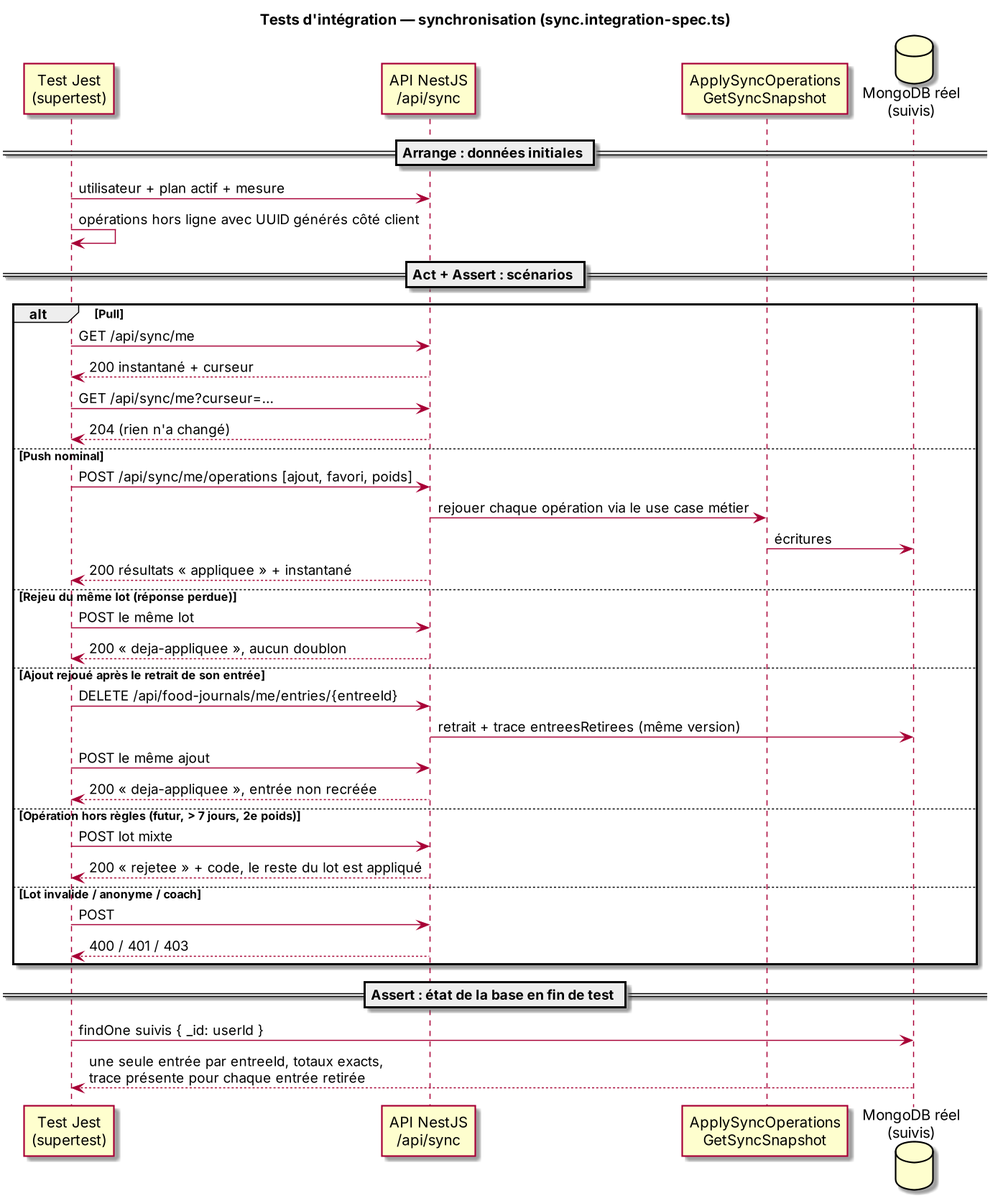
Earlier version of the PlantUML export docs/diagrammes/test-sync.png (hachwilliam89-spec/Equilibre-HACH-Kim). Its source is kept beside it as docs/diagrammes/test-sync.puml.
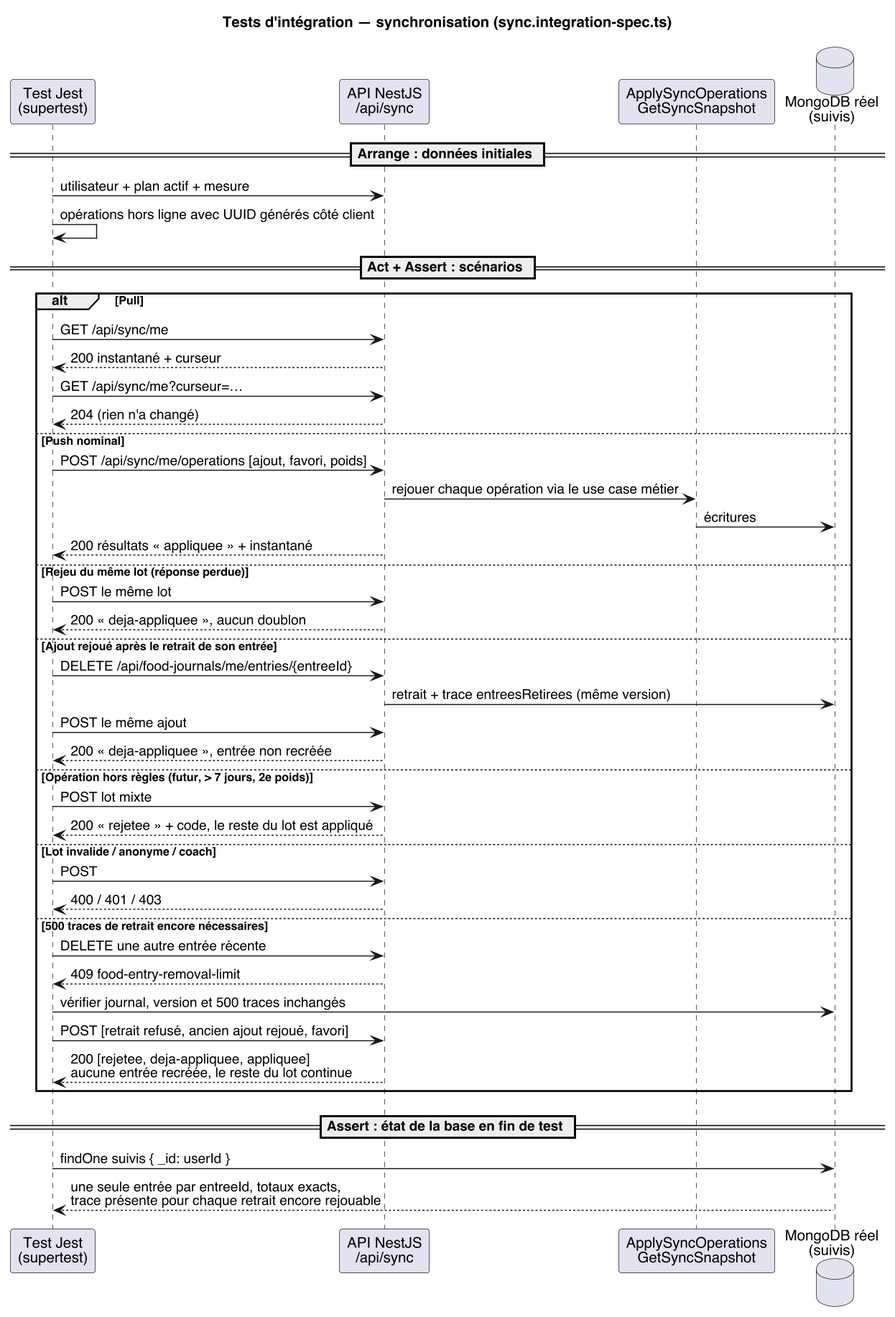
The same file after the commit.

What changed in the source:
```diff
@@ -36,9 +36,15 @@
 else Lot invalide / anonyme / coach
   T -> API : POST
   API --> T : 400 / 401 / 403
+else 500 traces de retrait encore nécessaires
+  T -> API : DELETE une autre entrée récente
+  API --> T : 409 food-entry-removal-limit
+  T -> DB : vérifier journal, version et 500 traces inchangés
+  T -> API : POST [retrait refusé, ancien ajout rejoué, favori]
+  API --> T : 200 [rejetee, deja-appliquee, appliquee]\naucune entrée recréée, le reste du lot continue
 end
 
 == Assert : état de la base en fin de test ==
 T -> DB : findOne suivis { _id: userId }
-DB --> T : une seule entrée par entreeId, totaux exacts,\ntrace présente pour chaque entrée retirée
+DB --> T : une seule entrée par entreeId, totaux exacts,\ntrace présente pour chaque retrait encore rejouable
 @enduml
```
